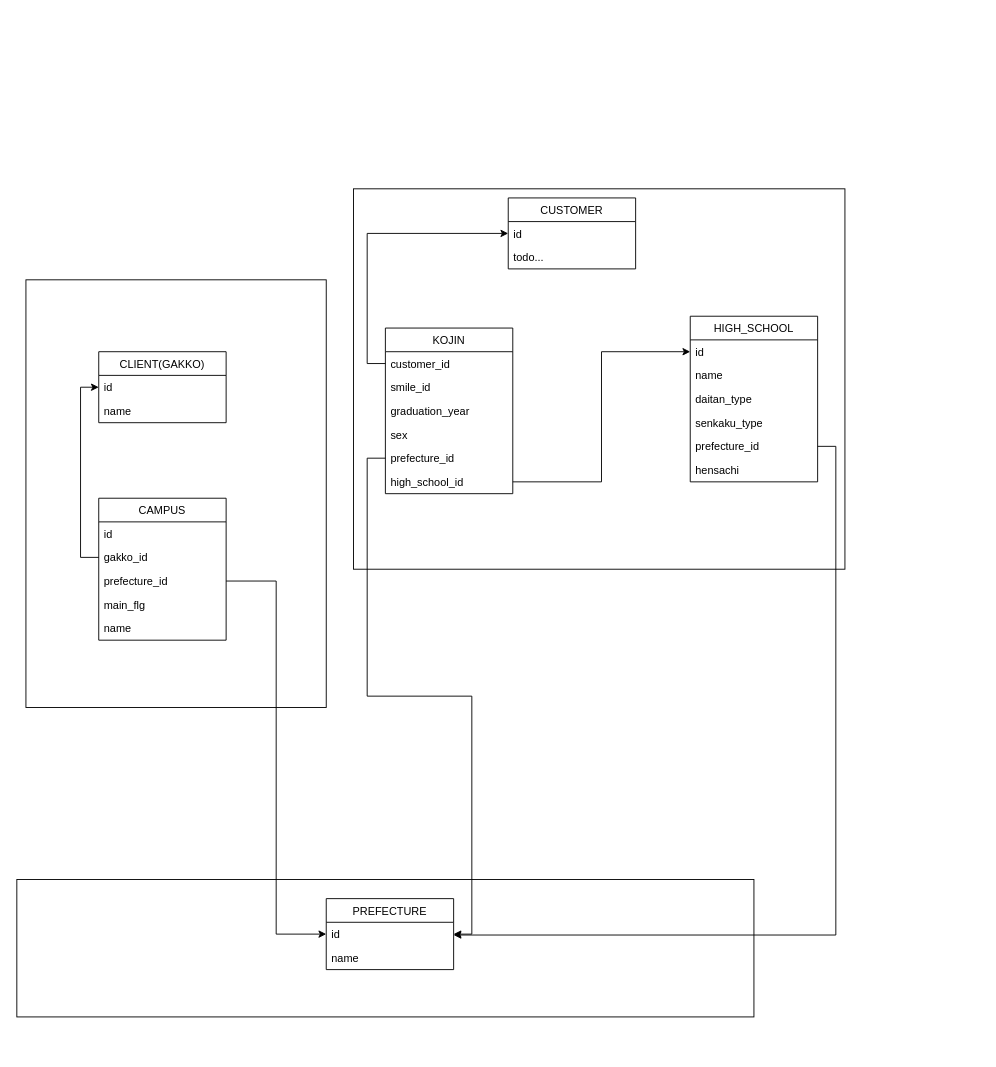
This is page "Page-9" (9 of 9) of learning bloc.drawio from newuniverse/diagrams, a draw.io file, before an edit. Source tidied: cells renumbered, new cells numbered last; positions are measured from the earlier drawing's top-left corner, leaving out a move shared by most shapes. Both pictures are drawn from the tidied source at 91%, with x=0, y=0 at pixel (16, 188).
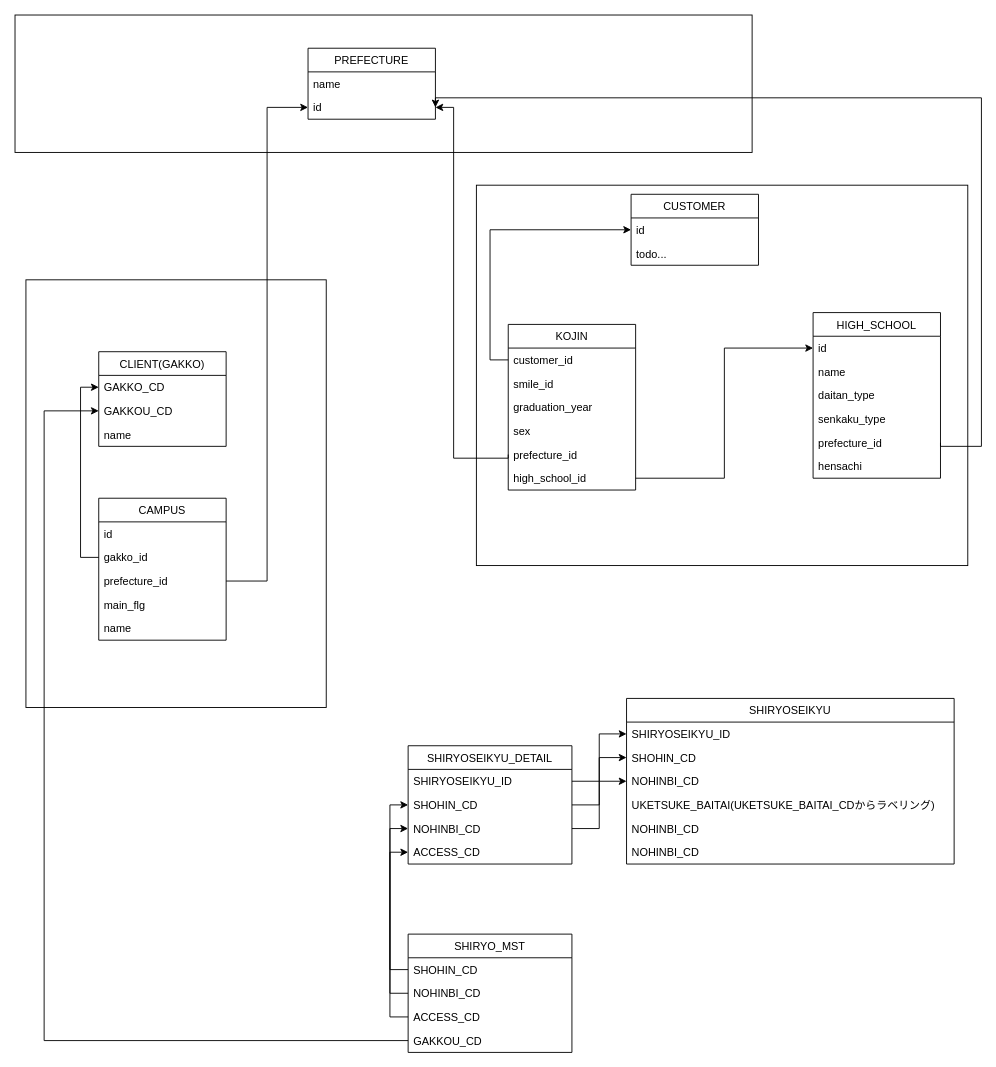
The same page after the edit.

The change refers to these unchanged cells:
```xml
<mxCell id="27" value="prefecture_id" style="text;strokeColor=none;fillColor=none;align=left;verticalAlign=top;spacingLeft=4;spacingRight=4;overflow=hidden;points=[[0,0.5],[1,0.5]];portConstraint=eastwest;" parent="22" vertex="1">
  <mxGeometry y="130" width="140" height="26" as="geometry" />
</mxCell>
<mxCell id="35" value="prefecture_id" style="text;strokeColor=none;fillColor=none;align=left;verticalAlign=top;spacingLeft=4;spacingRight=4;overflow=hidden;points=[[0,0.5],[1,0.5]];portConstraint=eastwest;" parent="30" vertex="1">
  <mxGeometry y="130" width="140" height="26" as="geometry" />
</mxCell>
```

Diff of the diagram source:
```diff
@@
     <mxCell id="2" style="rounded=0;whiteSpace=wrap;html=1;" parent="1" vertex="1">
-      <mxGeometry x="370" width="540" height="418" as="geometry" />
+      <mxGeometry x="505" y="-4" width="540" height="418" as="geometry" />
     </mxCell>
     <mxCell id="3" style="rounded=0;whiteSpace=wrap;html=1;" parent="1" vertex="1">
-      <mxGeometry y="759" width="810" height="151" as="geometry" />
+      <mxGeometry x="-2" y="-191" width="810" height="151" as="geometry" />
     </mxCell>
@@
     <mxCell id="5" value="CLIENT(GAKKO)" style="swimlane;fontStyle=0;horizontal=1;startSize=26;fillColor=none;" parent="1" vertex="1">
-      <mxGeometry x="90" y="179" width="140" height="78" as="geometry" />
+      <mxGeometry x="90" y="179" width="140" height="104" as="geometry" />
     </mxCell>
-    <mxCell id="6" value="id" style="text;strokeColor=none;fillColor=none;align=left;verticalAlign=top;spacingLeft=4;spacingRight=4;overflow=hidden;points=[[0,0.5],[1,0.5]];portConstraint=eastwest;" parent="5" vertex="1">
+    <mxCell id="6" value="GAKKO_CD" style="text;strokeColor=none;fillColor=none;align=left;verticalAlign=top;spacingLeft=4;spacingRight=4;overflow=hidden;points=[[0,0.5],[1,0.5]];portConstraint=eastwest;" parent="5" vertex="1">
       <mxGeometry y="26" width="140" height="26" as="geometry" />
     </mxCell>
+    <mxCell id="40" value="GAKKOU_CD" style="text;strokeColor=none;fillColor=none;align=left;verticalAlign=top;spacingLeft=4;spacingRight=4;overflow=hidden;points=[[0,0.5],[1,0.5]];portConstraint=eastwest;" parent="5" vertex="1">
+      <mxGeometry y="52" width="140" height="26" as="geometry" />
+    </mxCell>
     <mxCell id="7" value="name " style="text;strokeColor=none;fillColor=none;align=left;verticalAlign=top;spacingLeft=4;spacingRight=4;overflow=hidden;" parent="5" vertex="1">
-      <mxGeometry y="52" width="140" height="26" as="geometry" />
+      <mxGeometry y="78" width="140" height="26" as="geometry" />
     </mxCell>
     <mxCell id="8" value="PREFECTURE" style="swimlane;fontStyle=0;horizontal=1;startSize=26;fillColor=none;" parent="1" vertex="1">
-      <mxGeometry x="340" y="780" width="140" height="78" as="geometry" />
+      <mxGeometry x="320" y="-154.5" width="140" height="78" as="geometry" />
     </mxCell>
+    <mxCell id="10" value="name" style="text;strokeColor=none;fillColor=none;align=left;verticalAlign=top;spacingLeft=4;spacingRight=4;overflow=hidden;" parent="8" vertex="1">
+      <mxGeometry y="26" width="140" height="26" as="geometry" />
+    </mxCell>
     <mxCell id="9" value="id" style="text;strokeColor=none;fillColor=none;align=left;verticalAlign=top;spacingLeft=4;spacingRight=4;overflow=hidden;points=[[0,0.5],[1,0.5]];portConstraint=eastwest;" parent="8" vertex="1">
-      <mxGeometry y="26" width="140" height="26" as="geometry" />
+      <mxGeometry y="52" width="140" height="26" as="geometry" />
     </mxCell>
-    <mxCell id="10" value="name" style="text;strokeColor=none;fillColor=none;align=left;verticalAlign=top;spacingLeft=4;spacingRight=4;overflow=hidden;" parent="8" vertex="1">
-      <mxGeometry y="52" width="140" height="26" as="geometry" />
-    </mxCell>
@@
     <mxCell id="19" value="CUSTOMER" style="swimlane;fontStyle=0;horizontal=1;startSize=26;fillColor=none;" parent="1" vertex="1">
-      <mxGeometry x="540" y="10" width="140" height="78" as="geometry" />
+      <mxGeometry x="675" y="6" width="140" height="78" as="geometry" />
     </mxCell>
@@
     <mxCell id="22" value="KOJIN" style="swimlane;fontStyle=0;horizontal=1;startSize=26;fillColor=none;" parent="1" vertex="1">
-      <mxGeometry x="405" y="153" width="140" height="182" as="geometry" />
+      <mxGeometry x="540" y="149" width="140" height="182" as="geometry" />
     </mxCell>
@@
     <mxCell id="30" value="HIGH_SCHOOL" style="swimlane;fontStyle=0;horizontal=1;startSize=26;fillColor=none;" parent="1" vertex="1">
-      <mxGeometry x="740" y="140" width="140" height="182" as="geometry" />
+      <mxGeometry x="875" y="136" width="140" height="182" as="geometry" />
     </mxCell>
@@
     <mxCell id="38" style="edgeStyle=orthogonalEdgeStyle;rounded=0;jettySize=auto;html=1;exitX=0;exitY=0.5;exitDx=0;exitDy=0;entryX=1;entryY=0.5;entryDx=0;entryDy=0;" parent="1" edge="1" source="27" target="9">
-      <mxGeometry relative="1" as="geometry" />
+      <mxGeometry relative="1" as="geometry">
+        <Array as="points">
+          <mxPoint x="540" y="296" />
+          <mxPoint x="480" y="296" />
+          <mxPoint x="480" y="-89" />
+        </Array>
+      </mxGeometry>
     </mxCell>
-    <mxCell id="39" style="edgeStyle=orthogonalEdgeStyle;rounded=0;jettySize=auto;html=1;exitX=1;exitY=0.5;exitDx=0;exitDy=0;" parent="1" edge="1" source="35">
+    <mxCell id="39" style="edgeStyle=orthogonalEdgeStyle;rounded=0;jettySize=auto;html=1;exitX=1;exitY=0.5;exitDx=0;exitDy=0;entryX=1;entryY=0.5;entryDx=0;entryDy=0;" parent="1" edge="1" source="35" target="9">
       <mxGeometry relative="1" as="geometry">
-        <mxPoint x="480" y="820" as="targetPoint" />
         <Array as="points">
-          <mxPoint x="900" y="283" />
-          <mxPoint x="900" y="820" />
+          <mxPoint x="1015" y="283" />
+          <mxPoint x="1060" y="283" />
+          <mxPoint x="1060" y="-100" />
+          <mxPoint x="460" y="-100" />
         </Array>
       </mxGeometry>
     </mxCell>
+    <mxCell id="41" value="SHIRYOSEIKYU" style="swimlane;fontStyle=0;horizontal=1;startSize=26;fillColor=none;" parent="1" vertex="1">
+      <mxGeometry x="670" y="560" width="360" height="182" as="geometry" />
+    </mxCell>
+    <mxCell id="42" value="SHIRYOSEIKYU_ID" style="text;strokeColor=none;fillColor=none;align=left;verticalAlign=top;spacingLeft=4;spacingRight=4;overflow=hidden;points=[[0,0.5],[1,0.5]];portConstraint=eastwest;" parent="41" vertex="1">
+      <mxGeometry y="26" width="360" height="26" as="geometry" />
+    </mxCell>
+    <mxCell id="43" value="SHOHIN_CD" style="text;strokeColor=none;fillColor=none;align=left;verticalAlign=top;spacingLeft=4;spacingRight=4;overflow=hidden;points=[[0,0.5],[1,0.5]];portConstraint=eastwest;" parent="41" vertex="1">
+      <mxGeometry y="52" width="360" height="26" as="geometry" />
+    </mxCell>
+    <mxCell id="44" value="NOHINBI_CD" style="text;strokeColor=none;fillColor=none;align=left;verticalAlign=top;spacingLeft=4;spacingRight=4;overflow=hidden;points=[[0,0.5],[1,0.5]];portConstraint=eastwest;" parent="41" vertex="1">
+      <mxGeometry y="78" width="360" height="26" as="geometry" />
+    </mxCell>
+    <mxCell id="45" value="UKETSUKE_BAITAI(UKETSUKE_BAITAI_CDからラベリング)" style="text;strokeColor=none;fillColor=none;align=left;verticalAlign=top;spacingLeft=4;spacingRight=4;overflow=hidden;" parent="41" vertex="1">
+      <mxGeometry y="104" width="360" height="26" as="geometry" />
+    </mxCell>
+    <mxCell id="46" value="NOHINBI_CD" style="text;strokeColor=none;fillColor=none;align=left;verticalAlign=top;spacingLeft=4;spacingRight=4;overflow=hidden;" parent="41" vertex="1">
+      <mxGeometry y="130" width="360" height="26" as="geometry" />
+    </mxCell>
+    <mxCell id="47" value="NOHINBI_CD" style="text;strokeColor=none;fillColor=none;align=left;verticalAlign=top;spacingLeft=4;spacingRight=4;overflow=hidden;" parent="41" vertex="1">
+      <mxGeometry y="156" width="360" height="26" as="geometry" />
+    </mxCell>
+    <mxCell id="48" value="SHIRYOSEIKYU_DETAIL" style="swimlane;fontStyle=0;horizontal=1;startSize=26;fillColor=none;" parent="1" vertex="1">
+      <mxGeometry x="430" y="612" width="180" height="130" as="geometry" />
+    </mxCell>
+    <mxCell id="49" value="SHIRYOSEIKYU_ID" style="text;strokeColor=none;fillColor=none;align=left;verticalAlign=top;spacingLeft=4;spacingRight=4;overflow=hidden;points=[[0,0.5],[1,0.5]];portConstraint=eastwest;" parent="48" vertex="1">
+      <mxGeometry y="26" width="180" height="26" as="geometry" />
+    </mxCell>
+    <mxCell id="50" value="SHOHIN_CD" style="text;strokeColor=none;fillColor=none;align=left;verticalAlign=top;spacingLeft=4;spacingRight=4;overflow=hidden;points=[[0,0.5],[1,0.5]];portConstraint=eastwest;" parent="48" vertex="1">
+      <mxGeometry y="52" width="180" height="26" as="geometry" />
+    </mxCell>
+    <mxCell id="51" value="NOHINBI_CD" style="text;strokeColor=none;fillColor=none;align=left;verticalAlign=top;spacingLeft=4;spacingRight=4;overflow=hidden;points=[[0,0.5],[1,0.5]];portConstraint=eastwest;" parent="48" vertex="1">
+      <mxGeometry y="78" width="180" height="26" as="geometry" />
+    </mxCell>
+    <mxCell id="52" value="ACCESS_CD" style="text;strokeColor=none;fillColor=none;align=left;verticalAlign=top;spacingLeft=4;spacingRight=4;overflow=hidden;points=[[0,0.5],[1,0.5]];portConstraint=eastwest;" parent="48" vertex="1">
+      <mxGeometry y="104" width="180" height="26" as="geometry" />
+    </mxCell>
+    <mxCell id="53" style="edgeStyle=orthogonalEdgeStyle;rounded=0;jettySize=auto;html=1;exitX=1;exitY=0.5;exitDx=0;exitDy=0;entryX=0;entryY=0.5;entryDx=0;entryDy=0;" parent="1" edge="1" source="50" target="43">
+      <mxGeometry relative="1" as="geometry" />
+    </mxCell>
+    <mxCell id="54" style="edgeStyle=orthogonalEdgeStyle;rounded=0;jettySize=auto;html=1;exitX=1;exitY=0.5;exitDx=0;exitDy=0;entryX=0;entryY=0.5;entryDx=0;entryDy=0;" parent="1" edge="1" source="51" target="44">
+      <mxGeometry relative="1" as="geometry" />
+    </mxCell>
+    <mxCell id="55" style="edgeStyle=orthogonalEdgeStyle;rounded=0;jettySize=auto;html=1;exitX=1;exitY=0.5;exitDx=0;exitDy=0;entryX=0;entryY=0.5;entryDx=0;entryDy=0;" parent="1" edge="1" source="49" target="42">
+      <mxGeometry relative="1" as="geometry" />
+    </mxCell>
+    <mxCell id="56" value="SHIRYO_MST" style="swimlane;fontStyle=0;horizontal=1;startSize=26;fillColor=none;" parent="1" vertex="1">
+      <mxGeometry x="430" y="819" width="180" height="130" as="geometry" />
+    </mxCell>
+    <mxCell id="57" value="SHOHIN_CD" style="text;strokeColor=none;fillColor=none;align=left;verticalAlign=top;spacingLeft=4;spacingRight=4;overflow=hidden;points=[[0,0.5],[1,0.5]];portConstraint=eastwest;" parent="56" vertex="1">
+      <mxGeometry y="26" width="180" height="26" as="geometry" />
+    </mxCell>
+    <mxCell id="58" value="NOHINBI_CD" style="text;strokeColor=none;fillColor=none;align=left;verticalAlign=top;spacingLeft=4;spacingRight=4;overflow=hidden;points=[[0,0.5],[1,0.5]];portConstraint=eastwest;" parent="56" vertex="1">
+      <mxGeometry y="52" width="180" height="26" as="geometry" />
+    </mxCell>
+    <mxCell id="59" value="ACCESS_CD" style="text;strokeColor=none;fillColor=none;align=left;verticalAlign=top;spacingLeft=4;spacingRight=4;overflow=hidden;points=[[0,0.5],[1,0.5]];portConstraint=eastwest;" parent="56" vertex="1">
+      <mxGeometry y="78" width="180" height="26" as="geometry" />
+    </mxCell>
+    <mxCell id="60" value="GAKKOU_CD" style="text;strokeColor=none;fillColor=none;align=left;verticalAlign=top;spacingLeft=4;spacingRight=4;overflow=hidden;points=[[0,0.5],[1,0.5]];portConstraint=eastwest;" parent="56" vertex="1">
+      <mxGeometry y="104" width="180" height="26" as="geometry" />
+    </mxCell>
+    <mxCell id="61" style="edgeStyle=orthogonalEdgeStyle;rounded=0;jettySize=auto;html=1;exitX=0;exitY=0.5;exitDx=0;exitDy=0;entryX=0;entryY=0.5;entryDx=0;entryDy=0;" parent="1" edge="1" source="57" target="50">
+      <mxGeometry relative="1" as="geometry" />
+    </mxCell>
+    <mxCell id="62" style="edgeStyle=orthogonalEdgeStyle;rounded=0;jettySize=auto;html=1;exitX=0;exitY=0.5;exitDx=0;exitDy=0;entryX=0;entryY=0.5;entryDx=0;entryDy=0;" parent="1" edge="1" source="58" target="51">
+      <mxGeometry relative="1" as="geometry" />
+    </mxCell>
+    <mxCell id="63" style="edgeStyle=orthogonalEdgeStyle;rounded=0;jettySize=auto;html=1;exitX=0;exitY=0.5;exitDx=0;exitDy=0;entryX=0;entryY=0.5;entryDx=0;entryDy=0;" parent="1" edge="1" source="59" target="52">
+      <mxGeometry relative="1" as="geometry" />
+    </mxCell>
+    <mxCell id="64" style="edgeStyle=orthogonalEdgeStyle;rounded=0;jettySize=auto;html=1;exitX=0;exitY=0.5;exitDx=0;exitDy=0;entryX=0;entryY=0.5;entryDx=0;entryDy=0;" parent="1" edge="1" source="60" target="40">
+      <mxGeometry relative="1" as="geometry">
+        <Array as="points">
+          <mxPoint x="30" y="936" />
+          <mxPoint x="30" y="244" />
+        </Array>
+      </mxGeometry>
+    </mxCell>
```
